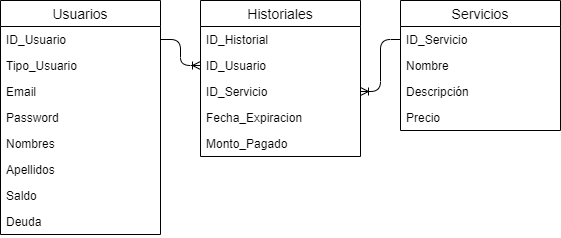
hernanreiq/credit-analyst keeps this draw.io diagram as models/analista-credito.png. Above is the earlier version. Source tidied: cells renumbered, new cells last; positions are measured from the earlier drawing's top-left corner, leaving out a move shared by most shapes. The source it was exported from:
```xml
<mxGraphModel>
  <root>
    <mxCell id="0" />
    <mxCell id="1" parent="0" />
    <mxCell id="2" value="Historiales" style="swimlane;fontStyle=0;horizontal=1;startSize=26;align=center;fontSize=14;" parent="1" vertex="1">
      <mxGeometry x="200" width="160" height="156" as="geometry" />
    </mxCell>
    <mxCell id="3" value="ID_Historial" style="text;strokeColor=none;fillColor=none;spacingLeft=4;spacingRight=4;overflow=hidden;fontSize=12;" parent="2" vertex="1">
      <mxGeometry y="26" width="160" height="26" as="geometry" />
    </mxCell>
    <mxCell id="4" value="ID_Usuario" style="text;strokeColor=none;fillColor=none;spacingLeft=4;spacingRight=4;overflow=hidden;points=[[0,0.5],[1,0.5]];portConstraint=eastwest;fontSize=12;" parent="2" vertex="1">
      <mxGeometry y="52" width="160" height="26" as="geometry" />
    </mxCell>
    <mxCell id="5" value="ID_Servicio" style="text;strokeColor=none;fillColor=none;spacingLeft=4;spacingRight=4;overflow=hidden;points=[[0,0.5],[1,0.5]];portConstraint=eastwest;fontSize=12;" parent="2" vertex="1">
      <mxGeometry y="78" width="160" height="26" as="geometry" />
    </mxCell>
    <mxCell id="6" value="Fecha_Expiracion" style="text;strokeColor=none;fillColor=none;spacingLeft=4;spacingRight=4;overflow=hidden;fontSize=12;" parent="2" vertex="1">
      <mxGeometry y="104" width="160" height="26" as="geometry" />
    </mxCell>
    <mxCell id="7" value="Monto_Pagado" style="text;strokeColor=none;fillColor=none;spacingLeft=4;spacingRight=4;overflow=hidden;fontSize=12;" parent="2" vertex="1">
      <mxGeometry y="130" width="160" height="26" as="geometry" />
    </mxCell>
    <mxCell id="8" style="edgeStyle=orthogonalEdgeStyle;fontSize=12;html=1;endArrow=ERoneToMany;exitX=1;exitY=0.5;exitDx=0;exitDy=0;entryX=0;entryY=0.5;entryDx=0;entryDy=0;" parent="1" edge="1" source="11" target="4">
      <mxGeometry relative="1" as="geometry" />
    </mxCell>
    <mxCell id="9" style="edgeStyle=orthogonalEdgeStyle;fontSize=12;html=1;endArrow=ERoneToMany;entryX=1;entryY=0.5;entryDx=0;entryDy=0;" parent="1" edge="1" source="20" target="5">
      <mxGeometry relative="1" as="geometry" />
    </mxCell>
    <mxCell id="10" value="Usuarios" style="swimlane;fontStyle=0;horizontal=1;startSize=26;align=center;fontSize=14;" parent="1" vertex="1">
      <mxGeometry width="160" height="234" as="geometry" />
    </mxCell>
    <mxCell id="11" value="ID_Usuario" style="text;strokeColor=none;fillColor=none;spacingLeft=4;spacingRight=4;overflow=hidden;points=[[0,0.5],[1,0.5]];portConstraint=eastwest;fontSize=12;" parent="10" vertex="1">
      <mxGeometry y="26" width="160" height="26" as="geometry" />
    </mxCell>
    <mxCell id="12" value="Tipo_Usuario" style="text;strokeColor=none;fillColor=none;spacingLeft=4;spacingRight=4;overflow=hidden;fontSize=12;" parent="10" vertex="1">
      <mxGeometry y="52" width="160" height="26" as="geometry" />
    </mxCell>
    <mxCell id="13" value="Email" style="text;strokeColor=none;fillColor=none;spacingLeft=4;spacingRight=4;overflow=hidden;fontSize=12;" parent="10" vertex="1">
      <mxGeometry y="78" width="160" height="26" as="geometry" />
    </mxCell>
    <mxCell id="14" value="Password" style="text;strokeColor=none;fillColor=none;spacingLeft=4;spacingRight=4;overflow=hidden;fontSize=12;" parent="10" vertex="1">
      <mxGeometry y="104" width="160" height="26" as="geometry" />
    </mxCell>
    <mxCell id="15" value="Nombres" style="text;strokeColor=none;fillColor=none;spacingLeft=4;spacingRight=4;overflow=hidden;fontSize=12;" parent="10" vertex="1">
      <mxGeometry y="130" width="160" height="26" as="geometry" />
    </mxCell>
    <mxCell id="16" value="Apellidos" style="text;strokeColor=none;fillColor=none;spacingLeft=4;spacingRight=4;overflow=hidden;fontSize=12;" parent="10" vertex="1">
      <mxGeometry y="156" width="160" height="26" as="geometry" />
    </mxCell>
    <mxCell id="17" value="Saldo" style="text;strokeColor=none;fillColor=none;spacingLeft=4;spacingRight=4;overflow=hidden;fontSize=12;" parent="10" vertex="1">
      <mxGeometry y="182" width="160" height="26" as="geometry" />
    </mxCell>
    <mxCell id="18" value="Deuda" style="text;strokeColor=none;fillColor=none;spacingLeft=4;spacingRight=4;overflow=hidden;fontSize=12;" parent="10" vertex="1">
      <mxGeometry y="208" width="160" height="26" as="geometry" />
    </mxCell>
    <mxCell id="19" value="Servicios" style="swimlane;fontStyle=0;horizontal=1;startSize=26;align=center;fontSize=14;" parent="1" vertex="1">
      <mxGeometry x="400" width="160" height="130" as="geometry" />
    </mxCell>
    <mxCell id="20" value="ID_Servicio" style="text;strokeColor=none;fillColor=none;spacingLeft=4;spacingRight=4;overflow=hidden;points=[[0,0.5],[1,0.5]];portConstraint=eastwest;fontSize=12;" parent="19" vertex="1">
      <mxGeometry y="26" width="160" height="26" as="geometry" />
    </mxCell>
    <mxCell id="21" value="Nombre" style="text;strokeColor=none;fillColor=none;spacingLeft=4;spacingRight=4;overflow=hidden;fontSize=12;" parent="19" vertex="1">
      <mxGeometry y="52" width="160" height="26" as="geometry" />
    </mxCell>
    <mxCell id="22" value="Descripción" style="text;strokeColor=none;fillColor=none;spacingLeft=4;spacingRight=4;overflow=hidden;fontSize=12;" parent="19" vertex="1">
      <mxGeometry y="78" width="160" height="26" as="geometry" />
    </mxCell>
    <mxCell id="23" value="Precio" style="text;strokeColor=none;fillColor=none;spacingLeft=4;spacingRight=4;overflow=hidden;fontSize=12;" parent="19" vertex="1">
      <mxGeometry y="104" width="160" height="26" as="geometry" />
    </mxCell>
  </root>
</mxGraphModel>
```
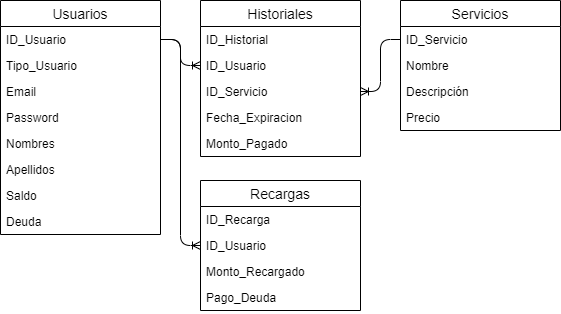
Later version of the same file.

Commit message:
Recargas de dinero, optimizacion al agregar servicios y sus retroalimentaciones

What changed in the source:
```diff
@@ -68,5 +68,23 @@
     <mxCell id="23" value="Precio" style="text;strokeColor=none;fillColor=none;spacingLeft=4;spacingRight=4;overflow=hidden;fontSize=12;" parent="19" vertex="1">
       <mxGeometry y="104" width="160" height="26" as="geometry" />
     </mxCell>
+    <mxCell id="24" value="Recargas" style="swimlane;fontStyle=0;horizontal=1;startSize=26;align=center;fontSize=14;" parent="1" vertex="1">
+      <mxGeometry x="200" y="180" width="160" height="130" as="geometry" />
+    </mxCell>
+    <mxCell id="25" value="ID_Recarga" style="text;strokeColor=none;fillColor=none;spacingLeft=4;spacingRight=4;overflow=hidden;fontSize=12;" parent="24" vertex="1">
+      <mxGeometry y="26" width="160" height="26" as="geometry" />
+    </mxCell>
+    <mxCell id="26" value="ID_Usuario" style="text;strokeColor=none;fillColor=none;spacingLeft=4;spacingRight=4;overflow=hidden;points=[[0,0.5],[1,0.5]];portConstraint=eastwest;fontSize=12;" parent="24" vertex="1">
+      <mxGeometry y="52" width="160" height="26" as="geometry" />
+    </mxCell>
+    <mxCell id="27" value="Monto_Recargado" style="text;strokeColor=none;fillColor=none;spacingLeft=4;spacingRight=4;overflow=hidden;fontSize=12;" parent="24" vertex="1">
+      <mxGeometry y="78" width="160" height="26" as="geometry" />
+    </mxCell>
+    <mxCell id="28" value="Pago_Deuda" style="text;strokeColor=none;fillColor=none;spacingLeft=4;spacingRight=4;overflow=hidden;fontSize=12;" parent="24" vertex="1">
+      <mxGeometry y="104" width="160" height="26" as="geometry" />
+    </mxCell>
+    <mxCell id="29" style="edgeStyle=orthogonalEdgeStyle;fontSize=12;html=1;endArrow=ERoneToMany;exitX=1;exitY=0.5;exitDx=0;exitDy=0;entryX=0;entryY=0.5;entryDx=0;entryDy=0;" parent="1" edge="1" source="11" target="26">
+      <mxGeometry relative="1" as="geometry" />
+    </mxCell>
   </root>
 </mxGraphModel>
```
